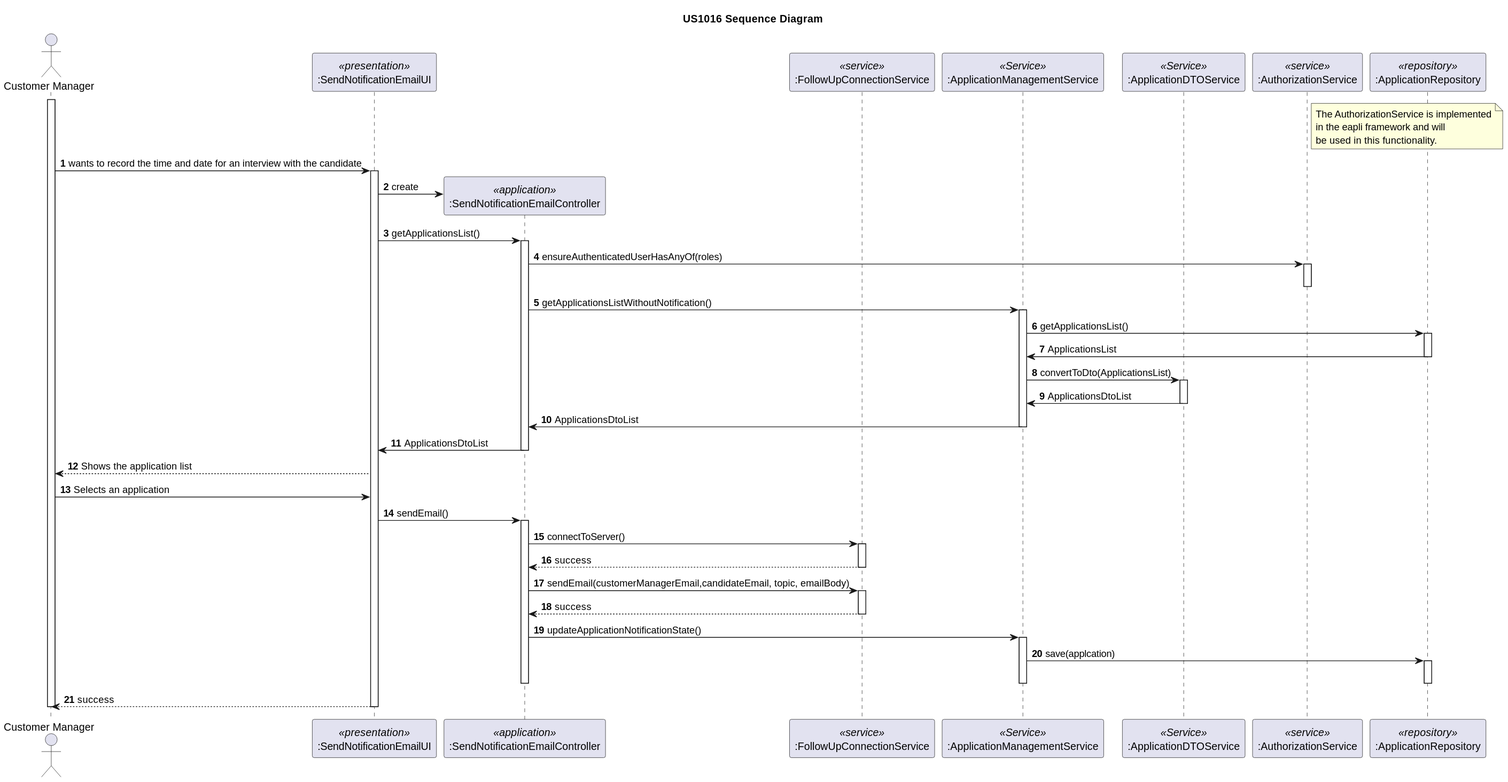
rita-barbosa/LAPR4-2324 keeps this PlantUML diagram as docs/sprint-c/us_1016/sd/sd-us-1016.svg. Above is the earlier version.
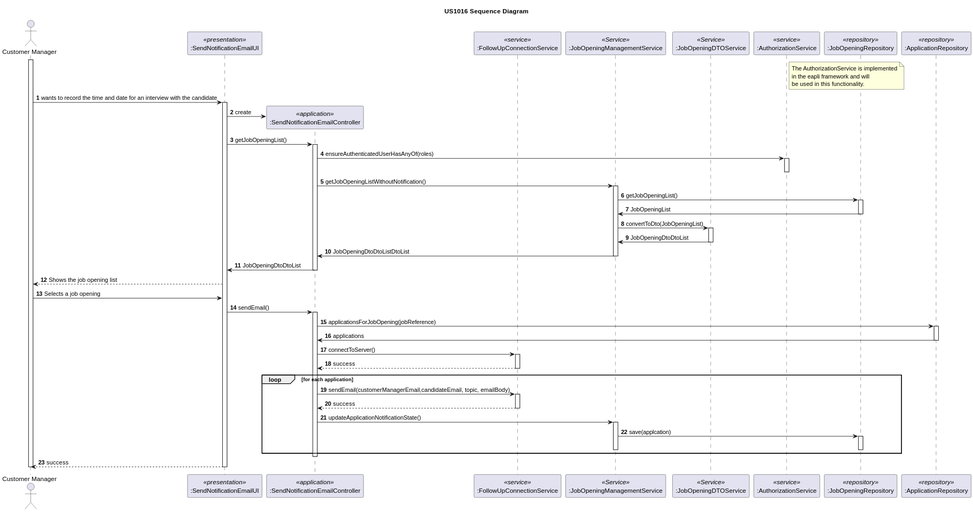
The same diagram one commit later.

What changed in the source:
```diff
@@ -8,10 +8,11 @@
 participant ":SendNotificationEmailUI" as UI <<presentation>>
 participant ":SendNotificationEmailController" as CTRL <<application>>
 participant ":FollowUpConnectionService" as ServerService <<service>>
-participant ":ApplicationManagementService" as ApplicationService <<Service>>
-participant ":ApplicationDTOService" as ApplicationDTOService <<Service>>
+participant ":JobOpeningManagementService" as JobOpeningService <<Service>>
+participant ":JobOpeningDTOService" as JobOpeningDTOService <<Service>>
 participant ":AuthorizationService" as AUTHZ <<service>>
-participant ":ApplicationRepository" as ApplicationRepository <<repository>>
+participant ":JobOpeningRepository" as JobOpeningRepository <<repository>>
+participant ":ApplicationRepository" as ApplicationRepository  <<repository>>
 
 note right AUTHZ
 The AuthorizationService is implemented
@@ -26,48 +27,54 @@
 
 UI -> CTRL**: create
 
-UI -> CTRL: getApplicationsList()
+UI -> CTRL: getJobOpeningList()
 activate CTRL
 CTRL -> AUTHZ:  ensureAuthenticatedUserHasAnyOf(roles)
 activate AUTHZ
 deactivate AUTHZ
-CTRL ->ApplicationService: getApplicationsListWithoutNotification()
-    activate ApplicationService
-        ApplicationService -> ApplicationRepository: getApplicationsList()
+CTRL ->JobOpeningService: getJobOpeningListWithoutNotification()
+    activate JobOpeningService
+        JobOpeningService -> JobOpeningRepository: getJobOpeningList()
 
-        activate ApplicationRepository
-            ApplicationRepository -> ApplicationService: ApplicationsList
-        deactivate ApplicationRepository
+        activate JobOpeningRepository
+            JobOpeningRepository -> JobOpeningService: JobOpeningList
+        deactivate JobOpeningRepository
 
-        ApplicationService-> ApplicationDTOService: convertToDto(ApplicationsList)
-        activate ApplicationDTOService
-            ApplicationDTOService -> ApplicationService:ApplicationsDtoList
-        deactivate ApplicationDTOService
-        ApplicationService -> CTRL: ApplicationsDtoList
-    deactivate ApplicationService
-    CTRL -> UI: ApplicationsDtoList
+        JobOpeningService-> JobOpeningDTOService: convertToDto(JobOpeningList)
+        activate JobOpeningDTOService
+            JobOpeningDTOService -> JobOpeningService:JobOpeningDtoDtoList
+        deactivate JobOpeningDTOService
+        JobOpeningService -> CTRL: JobOpeningDtoDtoListDtoList
+    deactivate JobOpeningService
+    CTRL -> UI: JobOpeningDtoDtoList
 deactivate CTRL
 
-UI--> CustomerManager: Shows the application list
-CustomerManager-> UI: Selects an application
+UI--> CustomerManager: Shows the job opening list
+CustomerManager-> UI: Selects a job opening
 
 UI->CTRL: sendEmail()
 activate CTRL
+    CTRL -> ApplicationRepository: applicationsForJobOpening(jobReference)
+    activate ApplicationRepository
+        ApplicationRepository-> CTRL: applications
+    deactivate ApplicationRepository
     CTRL ->ServerService: connectToServer()
     activate ServerService
         ServerService --> CTRL: success
     deactivate ServerService
-    CTRL -> ServerService: sendEmail(customerManagerEmail,candidateEmail, topic, emailBody)
-    activate ServerService
-        ServerService--> CTRL: success
-    deactivate ServerService
+    loop for each application
+        CTRL -> ServerService: sendEmail(customerManagerEmail,candidateEmail, topic, emailBody)
+        activate ServerService
+            ServerService--> CTRL: success
+        deactivate ServerService
 
-    CTRL-> ApplicationService: updateApplicationNotificationState()
-    activate ApplicationService
-        ApplicationService -> ApplicationRepository: save(applcation)
-        activate ApplicationRepository
-        deactivate ApplicationRepository
-    deactivate ApplicationService
+        CTRL-> JobOpeningService: updateApplicationNotificationState()
+        activate JobOpeningService
+            JobOpeningService -> JobOpeningRepository: save(applcation)
+            activate JobOpeningRepository
+            deactivate JobOpeningRepository
+        deactivate JobOpeningService
+   end loop
 deactivate CTRL
 UI --> CustomerManager: success
 deactivate UI
```
